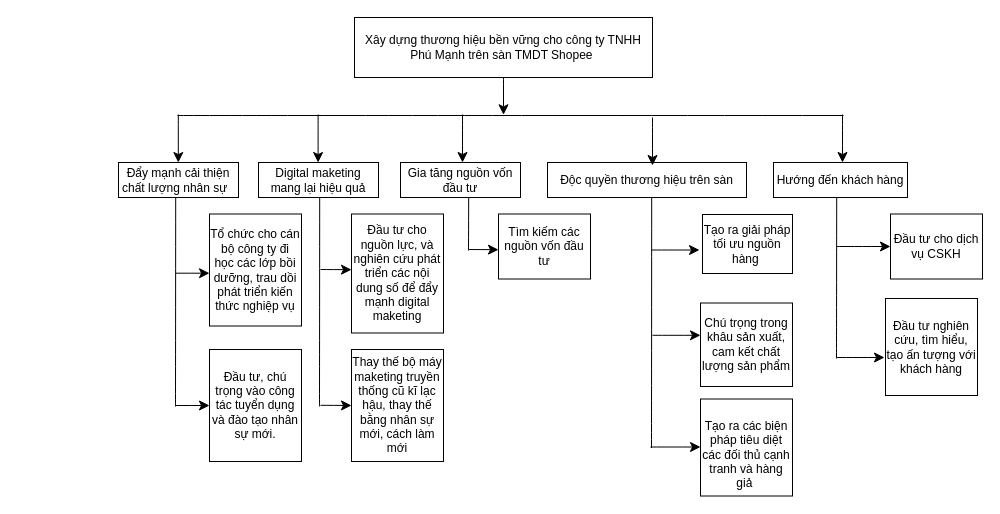
This is page "thu lợi - cây mục tiêu" (3 of 5) of mophongquanlikd/Biểu đồ không có tiêu đề.drawio from trucka312/diagram, a draw.io file, before an edit. Source tidied: cells renumbered, new cells numbered last; positions are measured from the earlier drawing's top-left corner, leaving out a move shared by most shapes. Both pictures are drawn from the tidied source at 100%, with x=0, y=0 at pixel (26, 17).
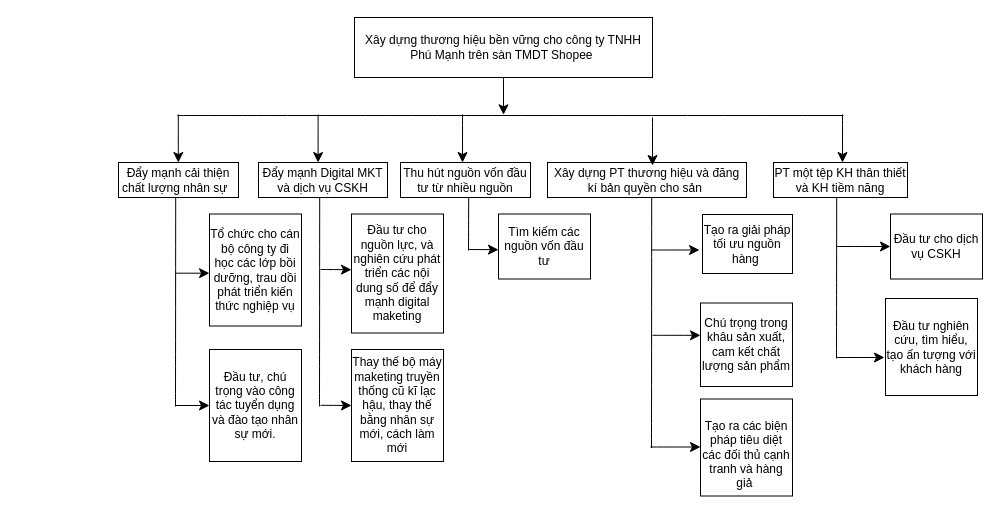
The same diagram, later.

Commit message:
Cập nhật Biểu đồ không có tiêu đề.drawio

What changed in the source:
```diff
@@
-    <mxCell id="4" value="Digital maketing mang lại hiệu quả" style="rounded=0;whiteSpace=wrap;html=1;" parent="1" vertex="1">
-      <mxGeometry x="232" y="145" width="120" height="35" as="geometry" />
+    <mxCell id="4" value="Đẩy mạnh Digital MKT và dịch vụ CSKH" style="rounded=0;whiteSpace=wrap;html=1;" parent="1" vertex="1">
+      <mxGeometry x="232" y="145" width="129" height="35" as="geometry" />
     </mxCell>
-    <mxCell id="5" value="Độc quyền thương hiệu trên sàn" style="rounded=0;whiteSpace=wrap;html=1;" parent="1" vertex="1">
+    <mxCell id="5" value="Xây dựng PT thương hiệu và đăng kí bản quyền cho sản&amp;nbsp;" style="rounded=0;whiteSpace=wrap;html=1;" parent="1" vertex="1">
       <mxGeometry x="521" y="145" width="199" height="35" as="geometry" />
     </mxCell>
-    <mxCell id="6" value="Gia tăng nguồn vốn đầu tư" style="rounded=0;whiteSpace=wrap;html=1;" parent="1" vertex="1">
-      <mxGeometry x="374" y="145" width="120" height="35" as="geometry" />
+    <mxCell id="6" value="Thu hút nguồn vốn đầu tư từ nhiều nguồn" style="rounded=0;whiteSpace=wrap;html=1;" parent="1" vertex="1">
+      <mxGeometry x="374" y="145" width="130" height="35" as="geometry" />
     </mxCell>
-    <mxCell id="7" value="Hướng đến khách hàng" style="rounded=0;whiteSpace=wrap;html=1;" parent="1" vertex="1">
+    <mxCell id="7" value="PT một tệp KH thân thiết và KH tiềm năng" style="rounded=0;whiteSpace=wrap;html=1;" parent="1" vertex="1">
       <mxGeometry x="747" y="145" width="134" height="35" as="geometry" />
     </mxCell>
```
